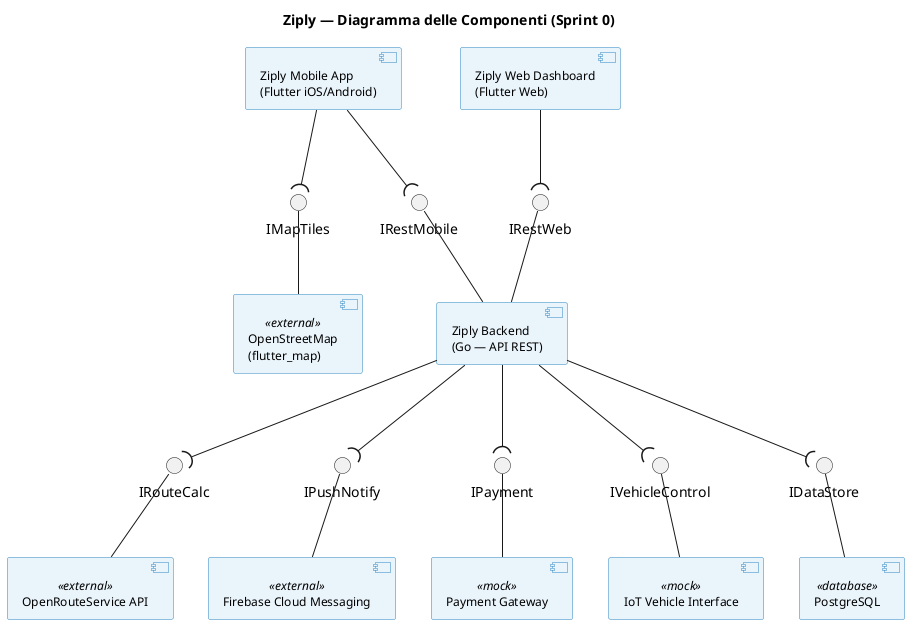
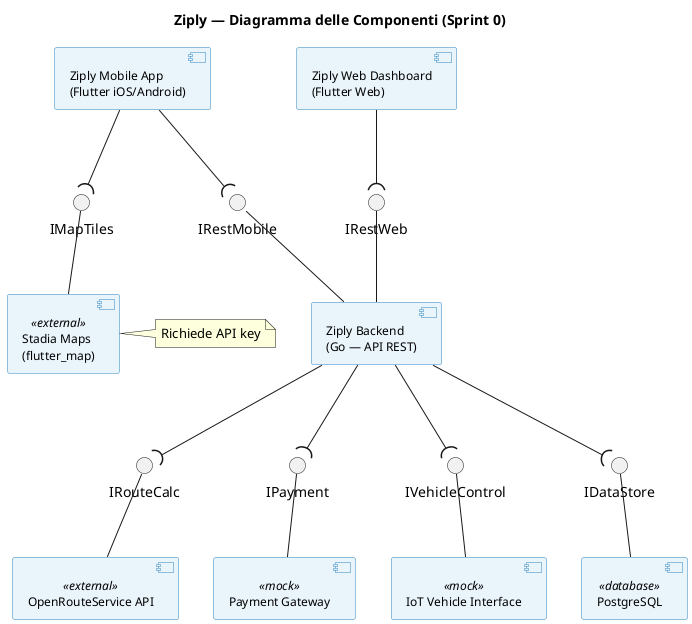
@startuml Ziply_Architecture_Formal

skinparam componentStyle uml2
skinparam backgroundColor white
skinparam component {
    BackgroundColor #EAF4FB
    BorderColor #2E86C1
    FontSize 12
}

title Ziply — Diagramma delle Componenti (Sprint 0)

' ─── COMPONENTS ───
component "Ziply Mobile App\n(Flutter iOS/Android)" as MobileApp
component "Ziply Web Dashboard\n(Flutter Web)" as WebDash
component "Ziply Backend\n(Go — API REST)" as Backend
component "PostgreSQL" as DB <<database>>
- component "OpenStreetMap\n(flutter_map)" as OSM <<external>>
+ component "Stadia Maps\n(flutter_map)" as OSM <<external>>
+ note right of OSM : Richiede API key
component "OpenRouteService API" as ORS <<external>>
- component "Firebase Cloud Messaging" as FCM <<external>>
component "Payment Gateway" as PayMock <<mock>>
component "IoT Vehicle Interface" as IoTMock <<mock>>

' ─── PROVIDED INTERFACES (lollipop) ───
interface "IMapTiles" as IMapTiles
interface "IRouteCalc" as IRouteCalc
- interface "IPushNotify" as IPushNotify
interface "IPayment" as IPayment
interface "IVehicleControl" as IVehicleControl
interface "IRestMobile" as IRestMobile
interface "IRestWeb" as IRestWeb
interface "IDataStore" as IDataStore

' ─── CONNECTIONS ───
' Mobile consuma REST dal Backend
MobileApp --( IRestMobile
IRestMobile -- Backend

' Web Dashboard consuma REST dal Backend
WebDash --( IRestWeb
IRestWeb -- Backend

' Backend consuma DataStore da PostgreSQL
Backend --( IDataStore
IDataStore -- DB

- ' Mobile consuma tile da OpenStreetMap
+ ' Mobile consuma tile da Stadia Maps
MobileApp --( IMapTiles
IMapTiles -- OSM

' Backend consuma routing da OpenRouteService
Backend --( IRouteCalc
IRouteCalc -- ORS
- 
- ' Backend consuma notifiche da FCM
- Backend --( IPushNotify
- IPushNotify -- FCM

' Backend consuma pagamenti dal mock
Backend --( IPayment
IPayment -- PayMock

' Backend consuma IoT dal mock
Backend --( IVehicleControl
IVehicleControl -- IoTMock

@enduml